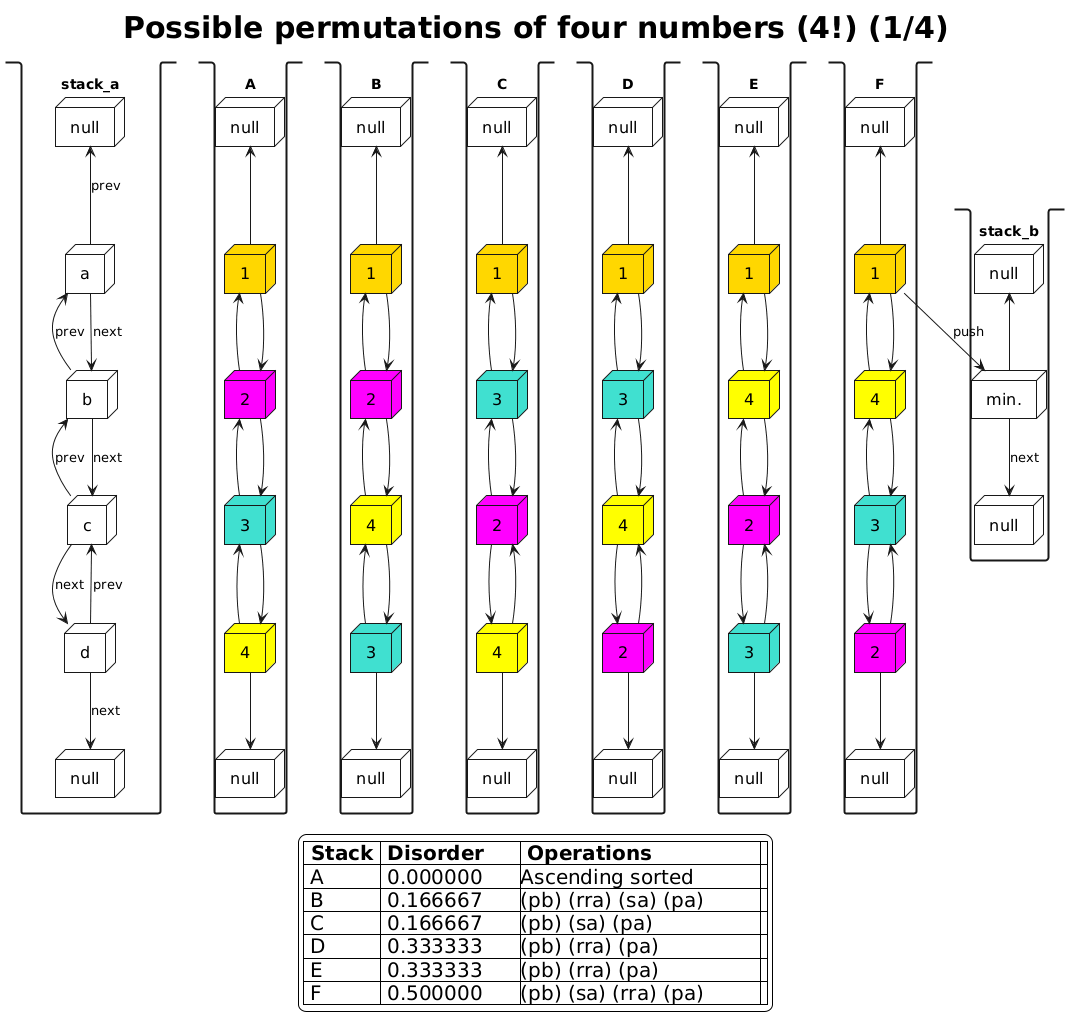
martinaradkovicova-lgtm/ft_push_swap keeps this PlantUML diagram as Alg4_1.png. Above is the earlier version.
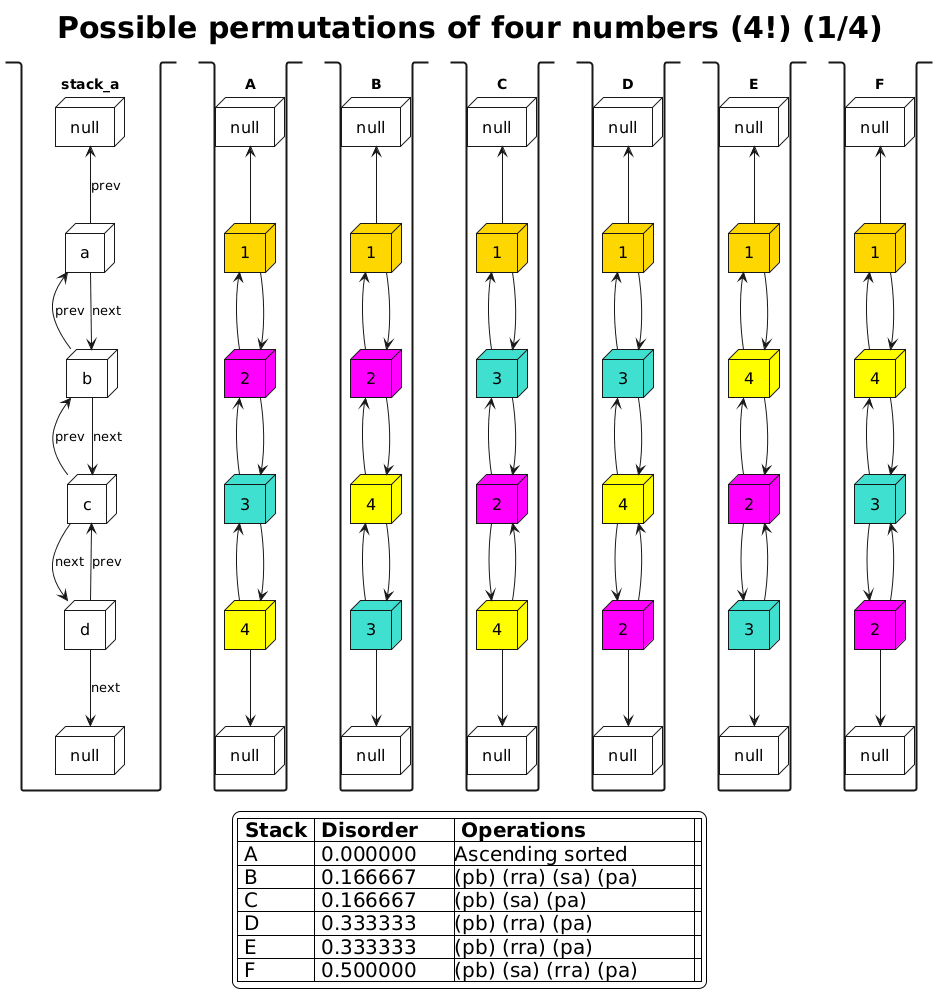
Later version of the same file.

Diff of the diagram source:
```diff
@@ -141,13 +141,4 @@
 f3 <-- f4
 f4 --> f3_null
 }
-
-stack stack_b {
-node null as x1_null #white
-node "min." as x1 #white
-node null as x3_null #white
-x1_null <-- x1
-f1 --> x1 :push
-x1 --> x3_null : next
-}
 @enduml
```
